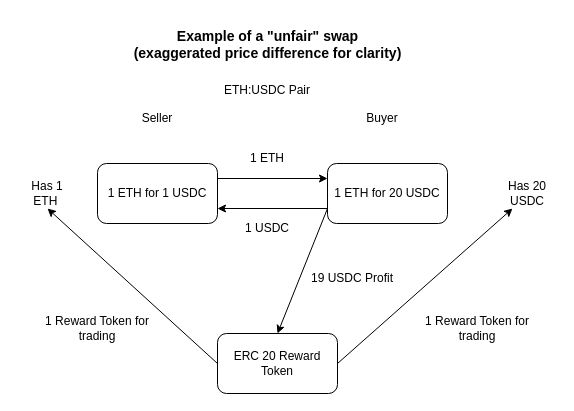
Earlier version of the draw.io diagram Tradfi-orderbook.drawio.xml (orderbook-avs/readme). Source tidied: cells renumbered, new cells numbered last; positions are measured from the earlier drawing's top-left corner, leaving out a move shared by most shapes. Both pictures are drawn from the tidied source at 100%, with x=0, y=0 at pixel (17, 17).
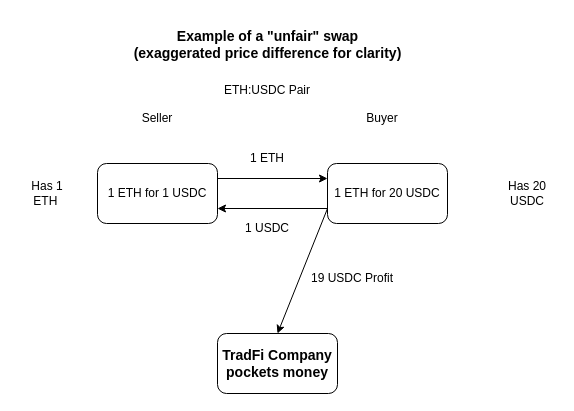
After the change.

Unchanged cells that the change refers to:
```xml
<mxCell id="6" value="Has 20 USDC" style="text;html=1;align=center;verticalAlign=middle;whiteSpace=wrap;rounded=0;" parent="1" vertex="1">
  <mxGeometry x="480" y="161" width="60" height="30" as="geometry" />
</mxCell>
<mxCell id="7" value="Has 1 ETH&amp;nbsp;&lt;span style=&quot;color: rgba(0, 0, 0, 0); font-family: monospace; font-size: 0px; text-align: start; text-wrap-mode: nowrap;&quot;&gt;CmxGraphModel%3E%3Croot%3E%3CmxCell%20id%3D%220%22%2F%3E%3CmxCell%20id%3D%221%22%20parent%3D%220%22%2F%3E%3CmxCell%20id%3D%222%22%20value%3D%22%22%20style%3D%22rounded%3D1%3BwhiteSpace%3Dwrap%3Bhtml%3D1%3B%22%20vertex%3D%221%22%20parent%3D%221%22%3E%3CmxGeometry%20x%3D%22110%22%20y%3D%22200%22%20width%3D%22120%22%20height%3D%2260%22%20as%3D%22geometry%22%2F%3E%3C%2FmxCell%3E%3C%2Froot%3E%3C%2FmxGraphModel%3E1 ET&lt;/span&gt;" style="text;html=1;align=center;verticalAlign=middle;whiteSpace=wrap;rounded=0;" parent="1" vertex="1">
  <mxGeometry y="161" width="60" height="30" as="geometry" />
</mxCell>
```

The edit, as a diff of the source:
```diff
@@
-    <mxCell id="15" value="ERC 20 Reward Token" style="rounded=1;whiteSpace=wrap;html=1;" parent="1" vertex="1">
+    <mxCell id="15" value="&lt;b&gt;&lt;font style=&quot;font-size: 14px;&quot;&gt;TradFi Company pockets money&lt;/font&gt;&lt;/b&gt;" style="rounded=1;whiteSpace=wrap;html=1;" parent="1" vertex="1">
       <mxGeometry x="200" y="316" width="120" height="60" as="geometry" />
     </mxCell>
-    <mxCell id="16" style="endArrow=classic;html=1;rounded=0;exitX=1;exitY=0.5;exitDx=0;exitDy=0;entryX=0.25;entryY=1;entryDx=0;entryDy=0;" parent="1" edge="1" source="15" target="6">
-      <mxGeometry relative="1" as="geometry" />
-    </mxCell>
-    <mxCell id="17" value="1 Reward Token for trading" style="text;html=1;align=center;verticalAlign=middle;whiteSpace=wrap;rounded=0;" parent="1" vertex="1">
-      <mxGeometry x="390" y="296" width="140" height="30" as="geometry" />
-    </mxCell>
-    <mxCell id="18" value="1 Reward Token for trading" style="text;html=1;align=center;verticalAlign=middle;whiteSpace=wrap;rounded=0;" parent="1" vertex="1">
-      <mxGeometry x="10" y="296" width="140" height="30" as="geometry" />
-    </mxCell>
-    <mxCell id="19" style="endArrow=classic;html=1;rounded=0;exitX=0;exitY=0.5;exitDx=0;exitDy=0;entryX=0.5;entryY=1;entryDx=0;entryDy=0;" parent="1" edge="1" source="15" target="7">
-      <mxGeometry relative="1" as="geometry" />
-    </mxCell>
```
